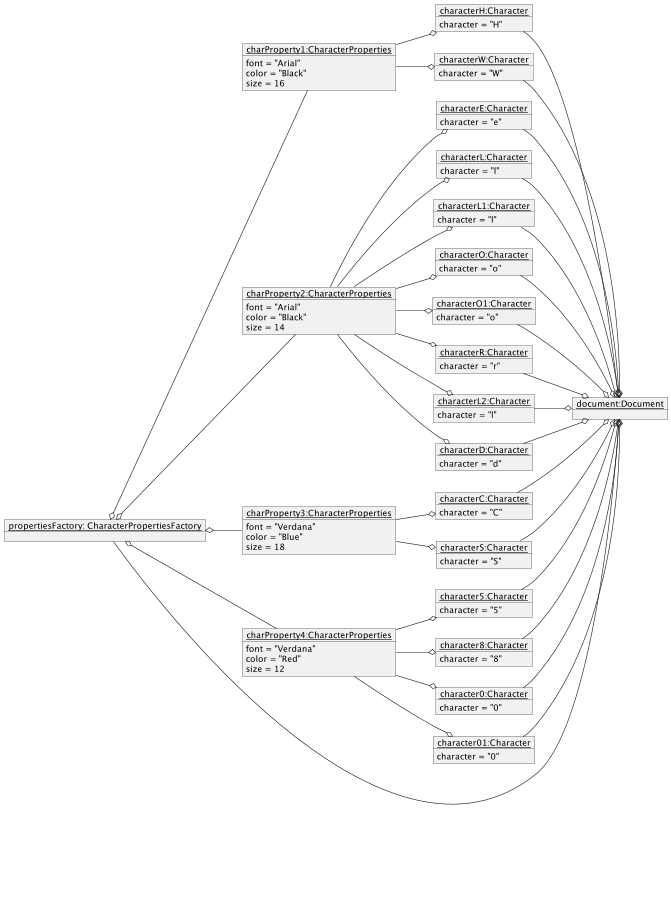
thanhdat1902/plantUML-edtior keeps this PlantUML diagram as diagram-result/Object_Diagram.png. Above is the earlier version.
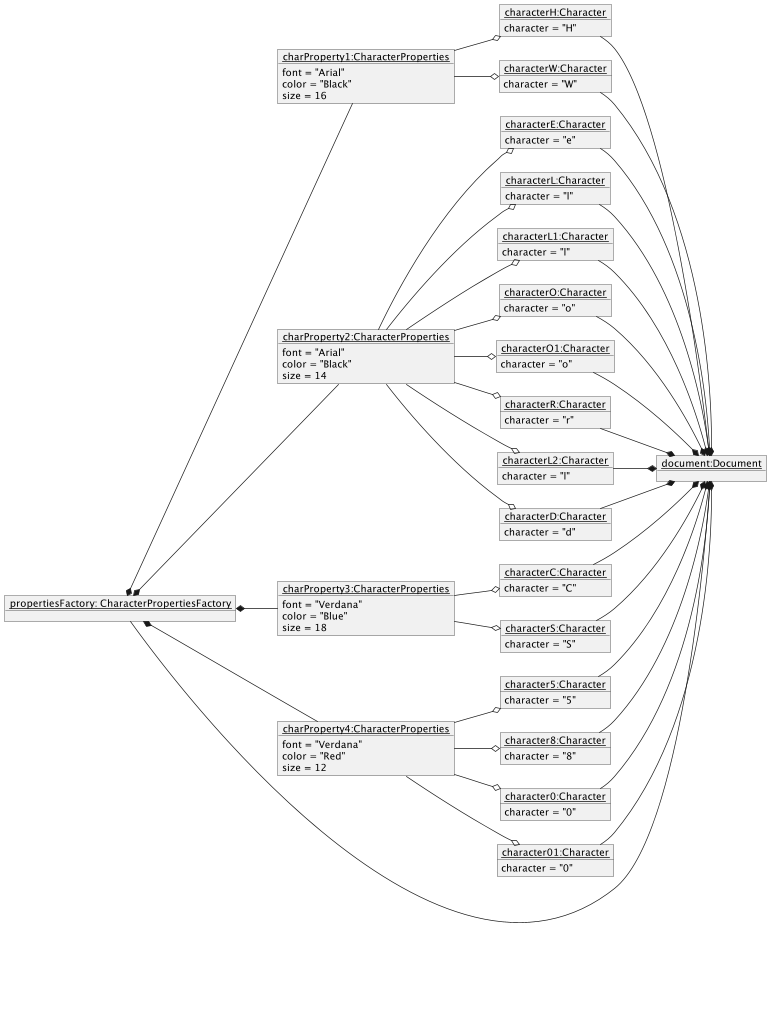
The same file after the commit.

Change to the diagram source:
```diff
@@ -82,13 +82,13 @@
 object "<u>propertiesFactory: CharacterPropertiesFactory</u>" as propertiesFactory{
 }
 
-propertiesFactory --o document
+propertiesFactory --* document
 
 
-propertiesFactory o--  charProperty1
-propertiesFactory o-- charProperty2
-propertiesFactory o-- charProperty3
-propertiesFactory o-- charProperty4
+propertiesFactory *-- charProperty1
+propertiesFactory *-- charProperty2
+propertiesFactory *-- charProperty3
+propertiesFactory *-- charProperty4
 
 charProperty1 --o characterH
 charProperty2 --o characterE
@@ -107,21 +107,21 @@
 charProperty4 --o character0
 charProperty4 --o character01
 
- characterH  --o document
- characterE  --o document
- characterL  --o document
- characterL1 --o document
- characterO  --o document
- characterW  --o document
- characterO1 --o document
- characterR  --o document
- characterL2 --o document
- characterD  --o document
- characterC  --o document
- characterS  --o document
- character5  --o document
- character8  --o document
- character0  --o document
- character01 --o document
+ characterH  --* document
+ characterE  --* document
+ characterL  --* document
+ characterL1 --* document
+ characterO  --* document
+ characterW  --* document
+ characterO1 --* document
+ characterR  --* document
+ characterL2 --* document
+ characterD  --* document
+ characterC  --* document
+ characterS  --* document
+ character5  --* document
+ character8  --* document
+ character0  --* document
+ character01 --* document
 
 @enduml
```
